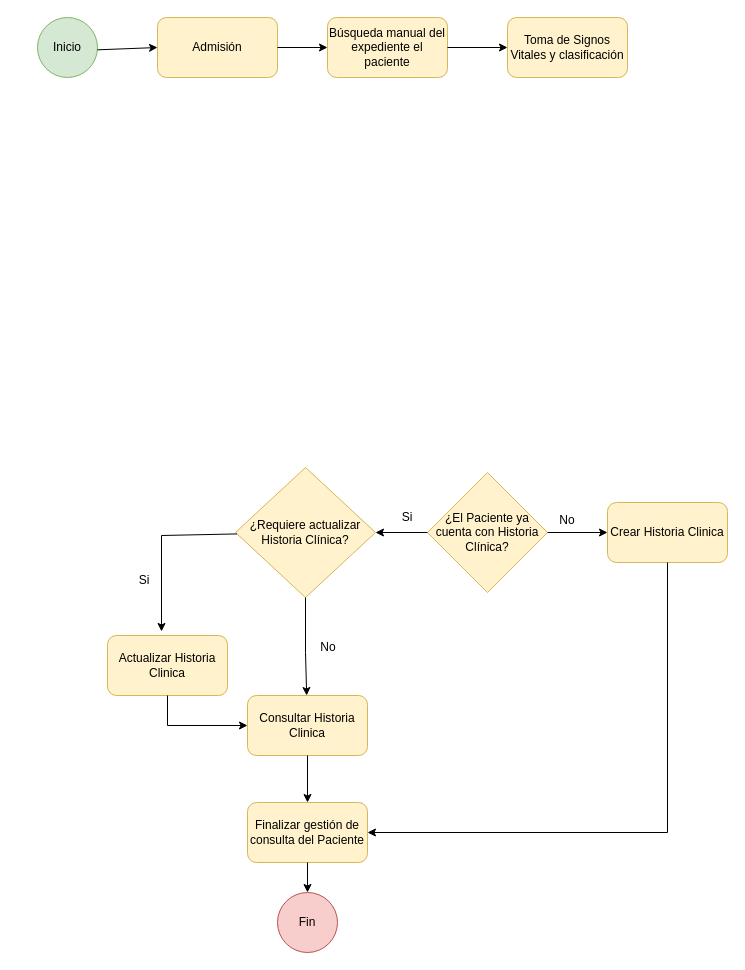
The draw.io diagram page "Proceso Actual Historia Clinica" (2 of 4) of Diagramas de Flujo de Proceso.drawio in marguello86/Equipo1_MINSA, before the edit. Source tidied: cells renumbered, new cells numbered last; positions are measured from the earlier drawing's top-left corner, leaving out a move shared by most shapes. Both pictures are drawn from the tidied source at 100%, with x=0, y=0 at pixel (37, 17).
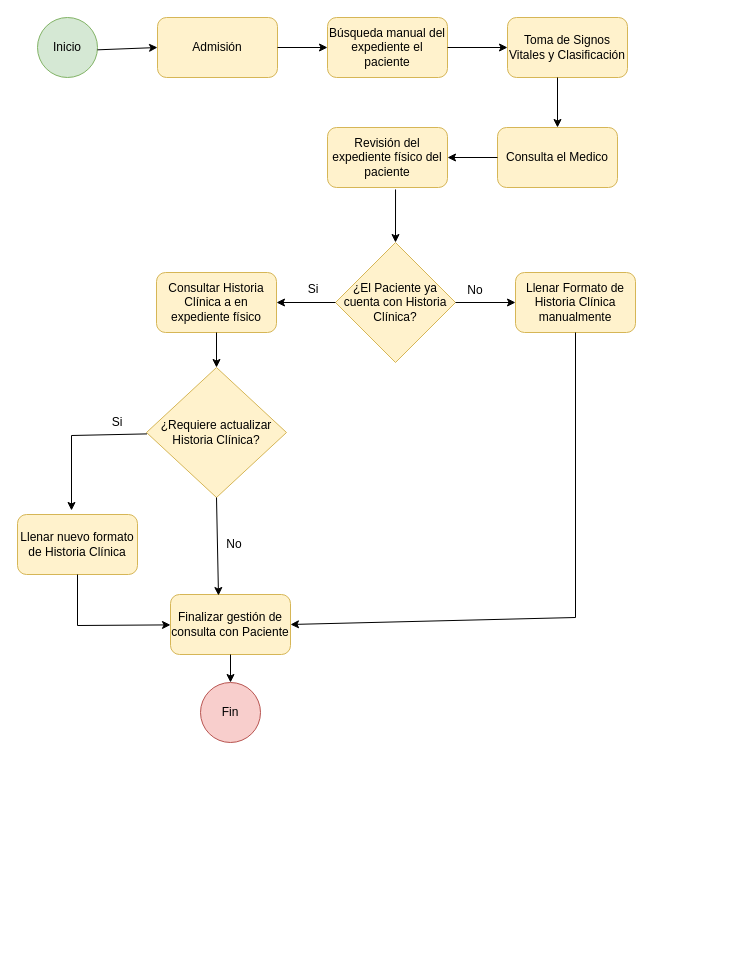
The same diagram, later.

Commit message:
Proceso Actual de Historia Clínica

What changed in the source:
```diff
@@
-    <mxCell id="7" value="Toma de Signos Vitales y clasificación" style="rounded=1;whiteSpace=wrap;html=1;fillColor=#fff2cc;strokeColor=#d6b656;" parent="1" vertex="1">
+    <mxCell id="7" value="Toma de Signos Vitales y Clasificación" style="rounded=1;whiteSpace=wrap;html=1;fillColor=#fff2cc;strokeColor=#d6b656;" parent="1" vertex="1">
       <mxGeometry x="470" width="120" height="60" as="geometry" />
     </mxCell>
@@
     <mxCell id="9" value="¿El Paciente ya cuenta con Historia Clínica?" style="rhombus;whiteSpace=wrap;html=1;fillColor=#fff2cc;strokeColor=#d6b656;" parent="1" vertex="1">
-      <mxGeometry x="390" y="455" width="120" height="120" as="geometry" />
+      <mxGeometry x="298" y="225" width="120" height="120" as="geometry" />
     </mxCell>
     <mxCell id="10" value="Si" style="text;html=1;strokeColor=none;fillColor=none;align=center;verticalAlign=middle;whiteSpace=wrap;rounded=0;" parent="1" vertex="1">
-      <mxGeometry x="340" y="485" width="60" height="30" as="geometry" />
+      <mxGeometry x="246" y="257" width="60" height="30" as="geometry" />
     </mxCell>
     <mxCell id="11" value="No" style="text;html=1;strokeColor=none;fillColor=none;align=center;verticalAlign=middle;whiteSpace=wrap;rounded=0;" parent="1" vertex="1">
-      <mxGeometry x="500" y="488" width="60" height="30" as="geometry" />
+      <mxGeometry x="408" y="258" width="60" height="30" as="geometry" />
     </mxCell>
-    <mxCell id="12" value="Crear Historia Clinica" style="rounded=1;whiteSpace=wrap;html=1;fillColor=#fff2cc;strokeColor=#d6b656;" parent="1" vertex="1">
-      <mxGeometry x="570" y="485" width="120" height="60" as="geometry" />
+    <mxCell id="12" value="Llenar Formato de Historia Clínica manualmente" style="rounded=1;whiteSpace=wrap;html=1;fillColor=#fff2cc;strokeColor=#d6b656;" parent="1" vertex="1">
+      <mxGeometry x="478" y="255" width="120" height="60" as="geometry" />
     </mxCell>
@@
-    <mxCell id="14" value="Consultar Historia Clinica" style="rounded=1;whiteSpace=wrap;html=1;fillColor=#fff2cc;strokeColor=#d6b656;" parent="1" vertex="1">
-      <mxGeometry x="210" y="678" width="120" height="60" as="geometry" />
+    <mxCell id="14" value="Consultar Historia Clínica a en expediente físico" style="rounded=1;whiteSpace=wrap;html=1;fillColor=#fff2cc;strokeColor=#d6b656;" parent="1" vertex="1">
+      <mxGeometry x="119" y="255" width="120" height="60" as="geometry" />
     </mxCell>
     <mxCell id="15" value="Fin" style="ellipse;whiteSpace=wrap;html=1;fillColor=#f8cecc;strokeColor=#b85450;" parent="1" vertex="1">
-      <mxGeometry x="240" y="875" width="60" height="60" as="geometry" />
+      <mxGeometry x="163" y="665" width="60" height="60" as="geometry" />
     </mxCell>
     <mxCell id="16" value="¿Requiere actualizar Historia Clínica?" style="rhombus;whiteSpace=wrap;html=1;fillColor=#fff2cc;strokeColor=#d6b656;" parent="1" vertex="1">
-      <mxGeometry x="198" y="450" width="140" height="130" as="geometry" />
+      <mxGeometry x="109" y="350" width="140" height="130" as="geometry" />
     </mxCell>
-    <mxCell id="17" value="Actualizar Historia Clinica" style="rounded=1;whiteSpace=wrap;html=1;fillColor=#fff2cc;strokeColor=#d6b656;" parent="1" vertex="1">
-      <mxGeometry x="70" y="618" width="120" height="60" as="geometry" />
+    <mxCell id="17" value="Llenar nuevo formato de Historia Clínica" style="rounded=1;whiteSpace=wrap;html=1;fillColor=#fff2cc;strokeColor=#d6b656;" parent="1" vertex="1">
+      <mxGeometry x="-20" y="497" width="120" height="60" as="geometry" />
     </mxCell>
-    <mxCell id="18" style="endArrow=classic;html=1;rounded=0;entryX=0.45;entryY=-0.067;entryDx=0;entryDy=0;entryPerimeter=0;" parent="1" edge="1" source="16" target="17">
+    <mxCell id="18" style="endArrow=classic;html=1;rounded=0;entryX=0.45;entryY=-0.067;entryDx=0;entryDy=0;entryPerimeter=0;" parent="1" edge="1" target="17">
       <mxGeometry relative="1" as="geometry">
+        <mxPoint x="109.5" y="416.4" as="sourcePoint" />
         <Array as="points">
-          <mxPoint x="124" y="518" />
+          <mxPoint x="34" y="418" />
         </Array>
       </mxGeometry>
     </mxCell>
     <mxCell id="19" value="Si" style="text;html=1;strokeColor=none;fillColor=none;align=center;verticalAlign=middle;whiteSpace=wrap;rounded=0;" parent="1" vertex="1">
-      <mxGeometry x="78" y="548" width="58" height="30" as="geometry" />
+      <mxGeometry x="51" y="390" width="58" height="30" as="geometry" />
     </mxCell>
     <mxCell id="20" value="No" style="text;html=1;strokeColor=none;fillColor=none;align=center;verticalAlign=middle;whiteSpace=wrap;rounded=0;" parent="1" vertex="1">
-      <mxGeometry x="261" y="615" width="60" height="30" as="geometry" />
+      <mxGeometry x="167" y="512" width="60" height="30" as="geometry" />
     </mxCell>
-    <mxCell id="21" value="Finalizar gestión de consulta del Paciente" style="rounded=1;whiteSpace=wrap;html=1;fillColor=#fff2cc;strokeColor=#d6b656;" parent="1" vertex="1">
-      <mxGeometry x="210" y="785" width="120" height="60" as="geometry" />
+    <mxCell id="21" value="Finalizar gestión de consulta con Paciente" style="rounded=1;whiteSpace=wrap;html=1;fillColor=#fff2cc;strokeColor=#d6b656;" parent="1" vertex="1">
+      <mxGeometry x="133" y="577" width="120" height="60" as="geometry" />
     </mxCell>
@@
-    <mxCell id="23" style="endArrow=classic;html=1;rounded=0;exitX=0.5;exitY=1;exitDx=0;exitDy=0;" parent="1" edge="1" source="16" target="14">
-      <mxGeometry relative="1" as="geometry">
-        <Array as="points">
-          <mxPoint x="268" y="635" />
-        </Array>
-      </mxGeometry>
-    </mxCell>
-    <mxCell id="24" style="endArrow=classic;html=1;rounded=0;exitX=0.5;exitY=1;exitDx=0;exitDy=0;" parent="1" edge="1" source="17" target="14">
+    <mxCell id="24" style="endArrow=classic;html=1;rounded=0;exitX=0.5;exitY=1;exitDx=0;exitDy=0;" parent="1" edge="1" source="17" target="21">
       <mxGeometry relative="1" as="geometry">
         <Array as="points">
-          <mxPoint x="130" y="708" />
+          <mxPoint x="40" y="608" />
         </Array>
       </mxGeometry>
     </mxCell>
     <mxCell id="25" style="endArrow=classic;html=1;rounded=0;exitX=0.5;exitY=1;exitDx=0;exitDy=0;entryX=1;entryY=0.5;entryDx=0;entryDy=0;" parent="1" edge="1" source="12" target="21">
       <mxGeometry relative="1" as="geometry">
         <Array as="points">
-          <mxPoint x="630" y="815" />
+          <mxPoint x="538" y="600" />
         </Array>
       </mxGeometry>
     </mxCell>
-    <mxCell id="26" style="endArrow=classic;html=1;rounded=0;" parent="1" edge="1" target="16">
-      <mxGeometry relative="1" as="geometry">
-        <mxPoint x="390" y="515" as="sourcePoint" />
-      </mxGeometry>
+    <mxCell id="26" style="endArrow=classic;html=1;rounded=0;entryX=1;entryY=0.5;entryDx=0;entryDy=0;exitX=0;exitY=0.5;exitDx=0;exitDy=0;" parent="1" edge="1" source="9" target="14">
+      <mxGeometry relative="1" as="geometry" />
     </mxCell>
-    <mxCell id="27" style="endArrow=classic;html=1;rounded=0;exitX=0.5;exitY=1;exitDx=0;exitDy=0;entryX=0.5;entryY=0;entryDx=0;entryDy=0;" parent="1" edge="1" source="14" target="21">
+    <mxCell id="27" style="endArrow=classic;html=1;rounded=0;exitX=0.5;exitY=1;exitDx=0;exitDy=0;entryX=0.5;entryY=0;entryDx=0;entryDy=0;" parent="1" edge="1" source="14" target="16">
       <mxGeometry relative="1" as="geometry" />
     </mxCell>
+    <mxCell id="28" value="Consulta el Medico" style="rounded=1;whiteSpace=wrap;html=1;fillColor=#fff2cc;strokeColor=#d6b656;" parent="1" vertex="1">
+      <mxGeometry x="460" y="110" width="120" height="60" as="geometry" />
+    </mxCell>
+    <mxCell id="29" style="endArrow=classic;html=1;rounded=0;" parent="1" edge="1" target="28">
+      <mxGeometry relative="1" as="geometry">
+        <mxPoint x="520" y="60" as="sourcePoint" />
+      </mxGeometry>
+    </mxCell>
+    <mxCell id="30" value="Revisión del expediente físico del paciente" style="rounded=1;whiteSpace=wrap;html=1;fillColor=#fff2cc;strokeColor=#d6b656;" parent="1" vertex="1">
+      <mxGeometry x="290" y="110" width="120" height="60" as="geometry" />
+    </mxCell>
+    <mxCell id="31" style="endArrow=classic;html=1;rounded=0;exitX=0;exitY=0.5;exitDx=0;exitDy=0;entryX=1;entryY=0.5;entryDx=0;entryDy=0;" parent="1" edge="1" source="28" target="30">
+      <mxGeometry relative="1" as="geometry" />
+    </mxCell>
+    <mxCell id="32" style="endArrow=classic;html=1;rounded=0;exitX=0.567;exitY=1.033;exitDx=0;exitDy=0;exitPerimeter=0;entryX=0.5;entryY=0;entryDx=0;entryDy=0;" parent="1" edge="1" source="30" target="9">
+      <mxGeometry relative="1" as="geometry" />
+    </mxCell>
+    <mxCell id="33" style="endArrow=classic;html=1;rounded=0;exitX=0.5;exitY=1;exitDx=0;exitDy=0;entryX=0.4;entryY=0.017;entryDx=0;entryDy=0;entryPerimeter=0;" parent="1" edge="1" source="16" target="21">
+      <mxGeometry relative="1" as="geometry" />
+    </mxCell>
```
